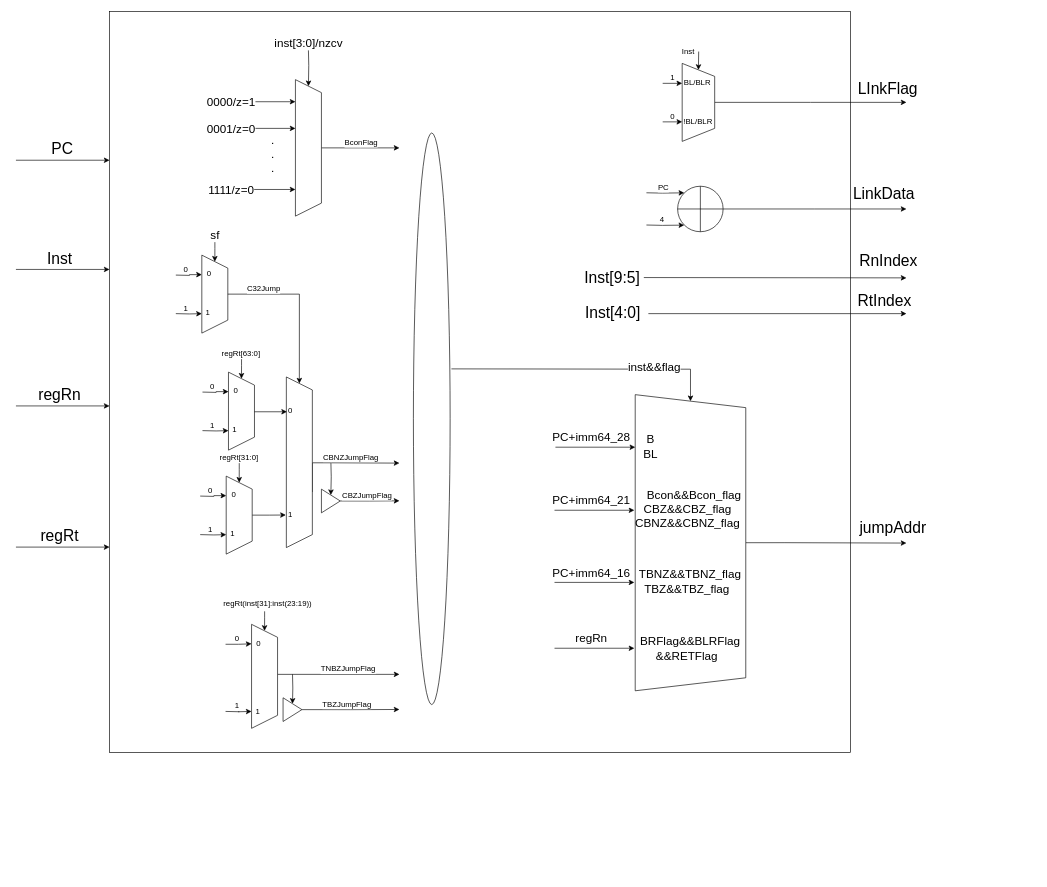
The draw.io diagram page "BRU" (2 of 8) of 未命名绘图.drawio in xiaoqiangshijie/BRU, before the edit. Source tidied: cells renumbered, new cells numbered last; positions are measured from the earlier drawing's top-left corner, leaving out a move shared by most shapes. Both pictures are drawn from the tidied source at 65%, with x=0, y=0 at pixel (16, 11).
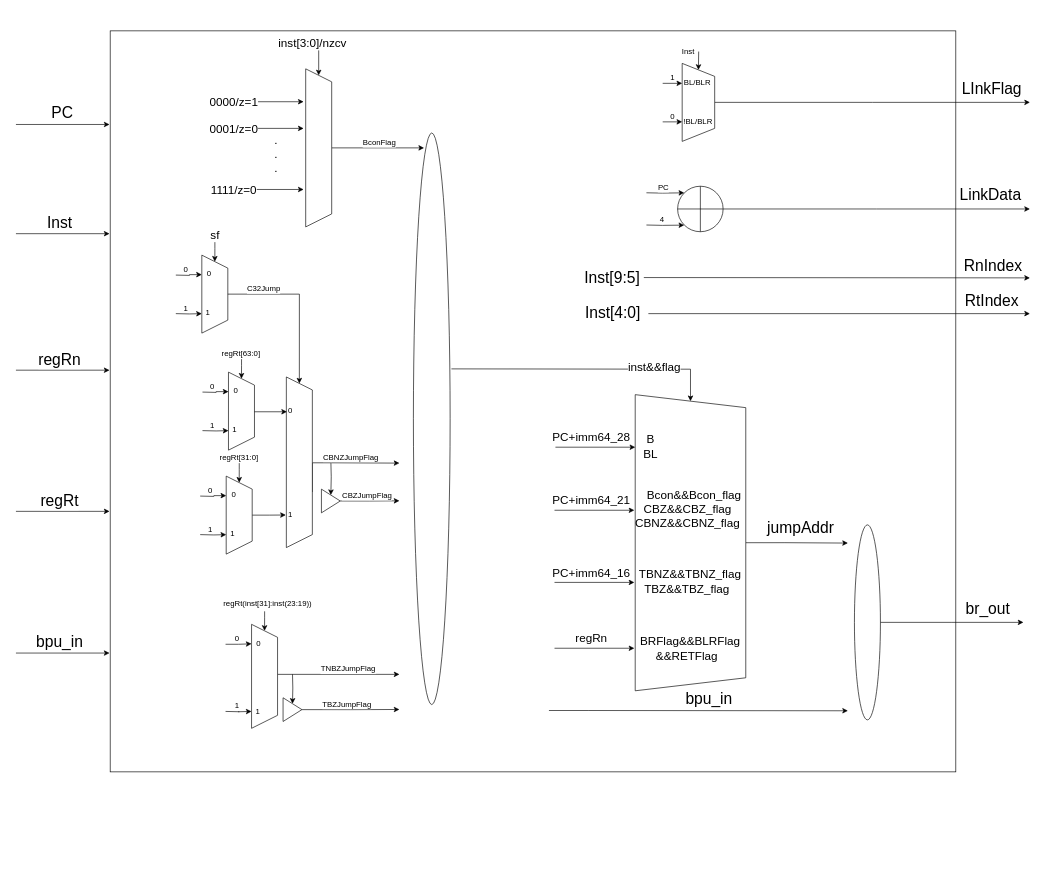
The same page after the edit.

Unchanged cells that the change refers to:
```xml
<mxCell id="80" style="shape=trapezoid;perimeter=trapezoidPerimeter;whiteSpace=wrap;html=1;fixedSize=1;fontSize=18;rotation=90;" parent="2" vertex="1">
  <mxGeometry x="810" y="732.4" width="455.6" height="170.1" as="geometry" />
</mxCell>
<mxCell id="100" style="shape=trapezoid;perimeter=trapezoidPerimeter;whiteSpace=wrap;html=1;fixedSize=1;fontSize=18;rotation=90;" parent="2" vertex="1">
  <mxGeometry x="990" y="115" width="120" height="50" as="geometry" />
</mxCell>
<mxCell id="111" style="verticalLabelPosition=bottom;verticalAlign=top;html=1;shape=mxgraph.flowchart.summing_function;fontSize=12;" parent="2" vertex="1">
  <mxGeometry x="1018" y="269" width="70" height="70" as="geometry" />
</mxCell>
<mxCell id="122" value="Inst[4:0]" style="text;html=1;align=center;verticalAlign=middle;points=[];fillColor=none;strokeColor=none;rounded=0;fontSize=24;" parent="2" vertex="1">
  <mxGeometry x="863" y="445" width="110" height="40" as="geometry" />
</mxCell>
```

Change to the diagram source:
```diff
@@
     <mxCell id="2" style="group;" parent="1" vertex="1">
-      <mxGeometry width="1395" height="1140" as="geometry" />
+      <mxGeometry width="1450" height="1330" as="geometry" />
     </mxCell>
     <mxCell id="3" style="edgeStyle=orthogonalEdgeStyle;rounded=0;orthogonalLoop=1;jettySize=auto;html=1;exitX=0;exitY=0.25;exitDx=0;exitDy=0;fontSize=12;entryX=0;entryY=0.25;entryDx=0;entryDy=0;" parent="2" edge="1">
       <mxGeometry relative="1" as="geometry">
-        <mxPoint y="229" as="sourcePoint" />
-        <mxPoint x="144" y="229" as="targetPoint" />
+        <mxPoint y="174" as="sourcePoint" />
+        <mxPoint x="144" y="174" as="targetPoint" />
       </mxGeometry>
     </mxCell>
@@
-    <mxCell id="5" style="whiteSpace=wrap;html=1;fontSize=18;" parent="2" vertex="1">
-      <mxGeometry x="144" width="1140" height="1140" as="geometry" />
-    </mxCell>
     <mxCell id="6" style="group;" parent="2" vertex="1">
-      <mxGeometry x="350" y="30" width="200" height="285" as="geometry" />
+      <mxGeometry x="350" y="30" width="1100" height="1300" as="geometry" />
     </mxCell>
+    <mxCell id="125" style="rounded=0;whiteSpace=wrap;html=1;fontSize=18;" parent="6" vertex="1">
+      <mxGeometry x="-205" width="1301" height="1140" as="geometry" />
+    </mxCell>
     <mxCell id="7" style="edgeStyle=orthogonalEdgeStyle;rounded=0;jettySize=auto;html=1;exitX=0;exitY=0.5;exitDx=0;exitDy=0;entryX=0;entryY=0.5;entryDx=0;entryDy=0;" parent="6" edge="1" target="9">
       <mxGeometry relative="1" as="geometry">
-        <mxPoint x="100" y="30" as="sourcePoint" />
+        <mxPoint x="115.8" y="30" as="sourcePoint" />
       </mxGeometry>
     </mxCell>
     <mxCell id="8" style="edgeStyle=orthogonalEdgeStyle;rounded=0;jettySize=auto;html=1;exitX=0.5;exitY=0;exitDx=0;exitDy=0;fontSize=18;" parent="6" edge="1" source="9">
       <mxGeometry relative="1" as="geometry">
-        <mxPoint x="240" y="180" as="targetPoint" />
+        <mxPoint x="277.9" y="180" as="targetPoint" />
       </mxGeometry>
     </mxCell>
     <mxCell id="9" style="shape=trapezoid;perimeter=trapezoidPerimeter;whiteSpace=wrap;html=1;fixedSize=1;rotation=90;" parent="6" vertex="1">
-      <mxGeometry x="-5" y="160" width="210" height="40" as="geometry" />
+      <mxGeometry x="-5.8" y="160" width="243.2" height="40" as="geometry" />
     </mxCell>
     <mxCell id="10" value="&lt;font style=&quot;font-size: 18px;&quot;&gt;inst[3:0]/nzcv&lt;/font&gt;" style="text;html=1;align=center;verticalAlign=middle;fillColor=none;strokeColor=none;rounded=0;" parent="6" vertex="1">
-      <mxGeometry x="35" width="130" height="40" as="geometry" />
+      <mxGeometry x="40.5" width="130" height="40" as="geometry" />
     </mxCell>
     <mxCell id="11" style="edgeStyle=none;orthogonalLoop=1;jettySize=auto;html=1;rounded=0;fontSize=18;" parent="6" edge="1">
       <mxGeometry relative="1" as="geometry">
         <mxPoint y="109" as="sourcePoint" />
-        <mxPoint x="80" y="109" as="targetPoint" />
+        <mxPoint x="92.6" y="109" as="targetPoint" />
       </mxGeometry>
     </mxCell>
@@
     <mxCell id="13" style="edgeStyle=none;orthogonalLoop=1;jettySize=auto;html=1;rounded=0;fontSize=18;" parent="6" edge="1">
       <mxGeometry relative="1" as="geometry">
         <mxPoint y="150" as="sourcePoint" />
-        <mxPoint x="80" y="150" as="targetPoint" />
+        <mxPoint x="92.6" y="150" as="targetPoint" />
       </mxGeometry>
     </mxCell>
@@
     <mxCell id="15" style="edgeStyle=none;orthogonalLoop=1;jettySize=auto;html=1;rounded=0;fontSize=18;" parent="6" edge="1">
       <mxGeometry relative="1" as="geometry">
         <mxPoint y="244" as="sourcePoint" />
-        <mxPoint x="80" y="244" as="targetPoint" />
+        <mxPoint x="92.6" y="244" as="targetPoint" />
       </mxGeometry>
     </mxCell>
@@
     <mxCell id="17" value=".&lt;br&gt;.&lt;br&gt;." style="text;html=1;align=center;verticalAlign=middle;fillColor=none;strokeColor=none;rounded=0;fontSize=18;" parent="6" vertex="1">
-      <mxGeometry x="30" y="150" width="30" height="80" as="geometry" />
+      <mxGeometry x="34.7" y="150" width="30" height="80" as="geometry" />
     </mxCell>
     <mxCell id="18" value="BconFlag" style="edgeLabel;html=1;align=center;verticalAlign=middle;fontSize=12;" parent="6" vertex="1">
-      <mxGeometry x="180" y="171" as="geometry" />
+      <mxGeometry x="208.4" y="171" as="geometry" />
     </mxCell>
     <mxCell id="19" style="group;" parent="2" vertex="1">
-      <mxGeometry x="246" y="325" width="110" height="170" as="geometry" />
+      <mxGeometry x="246" y="325" width="1200" height="845" as="geometry" />
     </mxCell>
@@
     <mxCell id="77" style="edgeStyle=orthogonalEdgeStyle;rounded=0;jettySize=auto;html=1;exitX=0.5;exitY=0;exitDx=0;exitDy=0;fontSize=12;" parent="2" edge="1" source="80">
       <mxGeometry relative="1" as="geometry">
-        <mxPoint x="1370" y="818" as="targetPoint" />
+        <mxPoint x="1280" y="818" as="targetPoint" />
         <Array as="points">
           <mxPoint x="1183.1" y="817.8" />
           <mxPoint x="1243.1" y="817.8" />
         </Array>
       </mxGeometry>
     </mxCell>
@@
     <mxCell id="81" value="&lt;font style=&quot;font-size: 24px;&quot;&gt;jumpAddr&lt;/font&gt;" style="text;html=1;align=center;verticalAlign=middle;fillColor=none;strokeColor=none;rounded=0;" parent="2" vertex="1">
-      <mxGeometry x="1284" y="775" width="130" height="40" as="geometry" />
+      <mxGeometry x="1142" y="775.2" width="130" height="40" as="geometry" />
     </mxCell>
@@
-    <mxCell id="95" value="&lt;font style=&quot;font-size: 24px;&quot;&gt;LInkFlag&lt;/font&gt;" style="edgeLabel;html=1;align=center;verticalAlign=middle;fontSize=12;" parent="2" vertex="1">
-      <mxGeometry x="1335" y="115" as="geometry">
-        <mxPoint x="5" y="4" as="offset" />
-      </mxGeometry>
-    </mxCell>
@@
     <mxCell id="98" style="edgeStyle=orthogonalEdgeStyle;rounded=0;jettySize=auto;html=1;exitX=0.5;exitY=0;exitDx=0;exitDy=0;fontSize=18;" parent="2" edge="1" source="100">
       <mxGeometry relative="1" as="geometry">
-        <mxPoint x="1370" y="140" as="targetPoint" />
+        <mxPoint x="1560" y="140" as="targetPoint" />
       </mxGeometry>
     </mxCell>
@@
     <mxCell id="106" style="edgeStyle=orthogonalEdgeStyle;rounded=0;jettySize=auto;html=1;exitX=1;exitY=0.5;exitDx=0;exitDy=0;exitPerimeter=0;fontSize=12;" parent="2" edge="1" source="111">
       <mxGeometry relative="1" as="geometry">
-        <mxPoint x="1370" y="304" as="targetPoint" />
+        <mxPoint x="1560" y="304" as="targetPoint" />
       </mxGeometry>
     </mxCell>
     <mxCell id="107" value="&lt;font style=&quot;font-size: 24px;&quot;&gt;LinkData&lt;/font&gt;" style="edgeLabel;html=1;align=center;verticalAlign=middle;fontSize=12;" parent="106" vertex="1">
       <mxGeometry x="0.24" y="2" relative="1" as="geometry">
-        <mxPoint x="72" y="-22" as="offset" />
+        <mxPoint x="118" y="-20" as="offset" />
       </mxGeometry>
     </mxCell>
@@
     <mxCell id="113" style="edgeStyle=orthogonalEdgeStyle;rounded=0;orthogonalLoop=1;jettySize=auto;html=1;exitX=0;exitY=0.25;exitDx=0;exitDy=0;fontSize=12;entryX=0;entryY=0.25;entryDx=0;entryDy=0;" parent="2" edge="1">
       <mxGeometry relative="1" as="geometry">
-        <mxPoint y="397" as="sourcePoint" />
-        <mxPoint x="144" y="397" as="targetPoint" />
+        <mxPoint y="342" as="sourcePoint" />
+        <mxPoint x="144" y="342" as="targetPoint" />
       </mxGeometry>
     </mxCell>
@@
     <mxCell id="115" style="edgeStyle=orthogonalEdgeStyle;rounded=0;orthogonalLoop=1;jettySize=auto;html=1;exitX=0;exitY=0.25;exitDx=0;exitDy=0;fontSize=12;entryX=0;entryY=0.25;entryDx=0;entryDy=0;" parent="2" edge="1">
       <mxGeometry relative="1" as="geometry">
-        <mxPoint y="607" as="sourcePoint" />
-        <mxPoint x="144" y="607" as="targetPoint" />
+        <mxPoint y="552" as="sourcePoint" />
+        <mxPoint x="144" y="552" as="targetPoint" />
       </mxGeometry>
     </mxCell>
@@
     <mxCell id="117" style="edgeStyle=orthogonalEdgeStyle;rounded=0;orthogonalLoop=1;jettySize=auto;html=1;exitX=0;exitY=0.25;exitDx=0;exitDy=0;fontSize=12;entryX=0;entryY=0.25;entryDx=0;entryDy=0;" parent="2" edge="1">
       <mxGeometry relative="1" as="geometry">
-        <mxPoint y="824.2" as="sourcePoint" />
-        <mxPoint x="144" y="824.2" as="targetPoint" />
+        <mxPoint y="769.2" as="sourcePoint" />
+        <mxPoint x="144" y="769.2" as="targetPoint" />
       </mxGeometry>
     </mxCell>
@@
     <mxCell id="119" style="edgeStyle=none;orthogonalLoop=1;jettySize=auto;html=1;rounded=0;fontSize=24;" parent="2" edge="1">
       <mxGeometry relative="1" as="geometry">
         <mxPoint x="966" y="409.5" as="sourcePoint" />
-        <mxPoint x="1370" y="410" as="targetPoint" />
+        <mxPoint x="1560" y="410" as="targetPoint" />
       </mxGeometry>
     </mxCell>
     <mxCell id="120" style="edgeStyle=none;jettySize=auto;html=1;rounded=0;fontSize=24;startArrow=none;" parent="2" edge="1" source="122">
       <mxGeometry relative="1" as="geometry">
-        <mxPoint x="1370" y="465" as="targetPoint" />
+        <mxPoint x="1560" y="465" as="targetPoint" />
       </mxGeometry>
     </mxCell>
@@
+    <mxCell id="126" style="edgeStyle=orthogonalEdgeStyle;rounded=0;orthogonalLoop=1;jettySize=auto;html=1;exitX=0.5;exitY=0;exitDx=0;exitDy=0;fontSize=12;" parent="2" edge="1">
+      <mxGeometry relative="1" as="geometry">
+        <mxPoint x="820" y="1075.6" as="sourcePoint" />
+        <mxPoint x="1280" y="1076" as="targetPoint" />
+        <Array as="points">
+          <mxPoint x="880.3" y="1076" />
+          <mxPoint x="940.3" y="1076" />
+        </Array>
+      </mxGeometry>
+    </mxCell>
+    <mxCell id="127" value="&lt;font style=&quot;font-size: 24px;&quot;&gt;bpu_in&lt;/font&gt;" style="text;html=1;align=center;verticalAlign=middle;fillColor=none;strokeColor=none;rounded=0;" parent="2" vertex="1">
+      <mxGeometry x="1015.8" y="1038" width="100" height="40" as="geometry" />
+    </mxCell>
+    <mxCell id="128" style="ellipse;whiteSpace=wrap;html=1;fontSize=18;rotation=90;" parent="2" vertex="1">
+      <mxGeometry x="1160" y="920" width="300" height="40" as="geometry" />
+    </mxCell>
+    <mxCell id="129" style="edgeStyle=orthogonalEdgeStyle;rounded=0;orthogonalLoop=1;jettySize=auto;html=1;exitX=0;exitY=0.25;exitDx=0;exitDy=0;fontSize=12;entryX=0;entryY=0.25;entryDx=0;entryDy=0;" parent="1" edge="1">
+      <mxGeometry relative="1" as="geometry">
+        <mxPoint y="987.2" as="sourcePoint" />
+        <mxPoint x="144" y="987.2" as="targetPoint" />
+      </mxGeometry>
+    </mxCell>
+    <mxCell id="130" value="bpu_in" style="edgeLabel;html=1;align=center;verticalAlign=middle;fontSize=24;" parent="129" vertex="1">
+      <mxGeometry x="-0.78" y="2" relative="1" as="geometry">
+        <mxPoint x="50" y="-15" as="offset" />
+      </mxGeometry>
+    </mxCell>
+    <mxCell id="131" style="edgeStyle=orthogonalEdgeStyle;rounded=0;jettySize=auto;html=1;exitX=0.5;exitY=0;exitDx=0;exitDy=0;fontSize=18;" parent="1" edge="1" source="128">
+      <mxGeometry relative="1" as="geometry">
+        <mxPoint x="1550" y="940" as="targetPoint" />
+      </mxGeometry>
+    </mxCell>
+    <mxCell id="132" value="&lt;span style=&quot;font-size: 24px;&quot;&gt;br_out&lt;/span&gt;" style="text;html=1;align=center;verticalAlign=middle;fillColor=none;strokeColor=none;rounded=0;" parent="1" vertex="1">
+      <mxGeometry x="1450" y="900" width="90" height="40" as="geometry" />
+    </mxCell>
+    <mxCell id="124" value="&lt;font style=&quot;font-size: 24px;&quot;&gt;RtIndex&lt;/font&gt;" style="edgeLabel;html=1;align=center;verticalAlign=middle;fontSize=12;" parent="1" vertex="1">
+      <mxGeometry x="1500" y="445" as="geometry" />
+    </mxCell>
-    <mxCell id="123" value="&lt;font style=&quot;font-size: 24px;&quot;&gt;RnIndex&lt;/font&gt;" style="edgeLabel;html=1;align=center;verticalAlign=middle;fontSize=12;" parent="2" vertex="1">
-      <mxGeometry x="1335" y="380" as="geometry">
+    <mxCell id="123" value="&lt;font style=&quot;font-size: 24px;&quot;&gt;RnIndex&lt;/font&gt;" style="edgeLabel;html=1;align=center;verticalAlign=middle;fontSize=12;" parent="1" vertex="1">
+      <mxGeometry x="1496" y="388" as="geometry">
         <mxPoint x="6" y="3" as="offset" />
       </mxGeometry>
     </mxCell>
-    <mxCell id="124" value="&lt;font style=&quot;font-size: 24px;&quot;&gt;RtIndex&lt;/font&gt;" style="edgeLabel;html=1;align=center;verticalAlign=middle;fontSize=12;" parent="2" vertex="1">
-      <mxGeometry x="1335" y="445" as="geometry" />
-    </mxCell>
+    <mxCell id="95" value="&lt;font style=&quot;font-size: 24px;&quot;&gt;LInkFlag&lt;/font&gt;" style="edgeLabel;html=1;align=center;verticalAlign=middle;fontSize=12;" parent="1" vertex="1">
+      <mxGeometry x="1495" y="115" as="geometry">
+        <mxPoint x="5" y="4" as="offset" />
+      </mxGeometry>
+    </mxCell>
```
